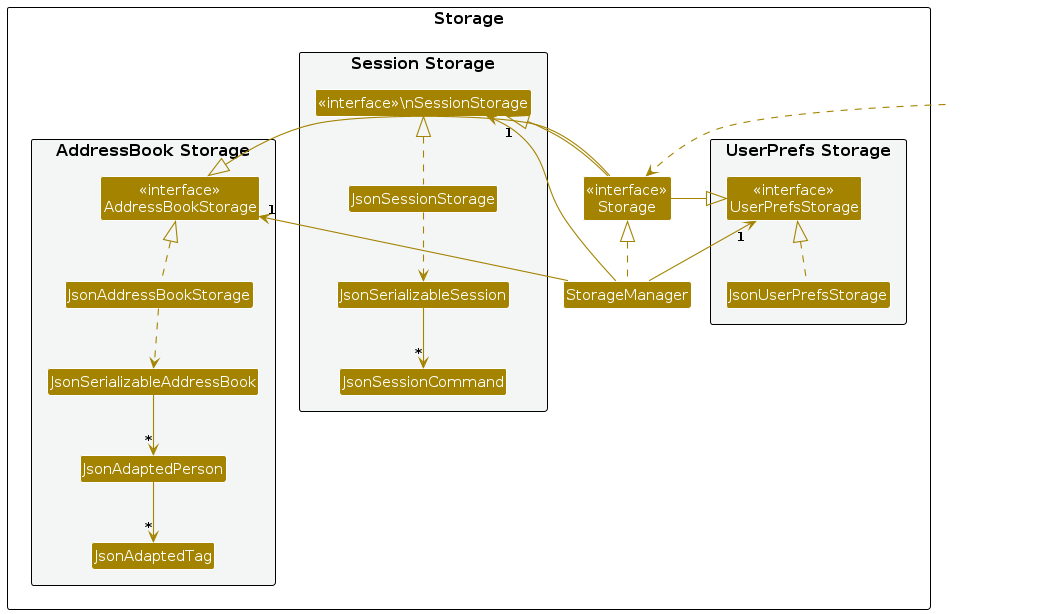
This is diagrams/StorageClassDiagram.png from AY2526S1-CS2103T-T13-2/tp, a PlantUML export, as it was before one commit. Its source is kept beside it as diagrams/StorageClassDiagram.puml. Its diagram source:
```plantuml
@startuml
!include style.puml
skinparam arrowThickness 1.1
skinparam arrowColor STORAGE_COLOR
skinparam classBackgroundColor STORAGE_COLOR

package Storage as StoragePackage {

package "UserPrefs Storage" #F4F6F6{
Class "<<interface>>\nUserPrefsStorage" as UserPrefsStorage
Class JsonUserPrefsStorage
}

Class "<<interface>>\nStorage" as Storage
Class StorageManager

package "Session Storage" #F4F6F6{
Class "<<interface>>\\nSessionStorage" as SessionStorage
Class JsonSessionStorage
Class JsonSerializableSession
Class JsonSessionCommand
}

package "AddressBook Storage" #F4F6F6{
Class "<<interface>>\nAddressBookStorage" as AddressBookStorage
Class JsonAddressBookStorage
Class JsonSerializableAddressBook
Class JsonAdaptedPerson
Class JsonAdaptedTag
}

}

Class HiddenOutside #FFFFFF
HiddenOutside ..> Storage

StorageManager .up.|> Storage
StorageManager -up-> "1" UserPrefsStorage
StorageManager -up-> "1" AddressBookStorage
StorageManager -up-> "1" SessionStorage

Storage -left-|> UserPrefsStorage
Storage -right-|> AddressBookStorage
Storage -up-|> SessionStorage

JsonUserPrefsStorage .up.|> UserPrefsStorage
JsonAddressBookStorage .up.|> AddressBookStorage
JsonAddressBookStorage ..> JsonSerializableAddressBook
JsonSerializableAddressBook --> "*" JsonAdaptedPerson
JsonAdaptedPerson --> "*" JsonAdaptedTag
JsonSessionStorage .up.|> SessionStorage
JsonSessionStorage ..> JsonSerializableSession
JsonSerializableSession --> "*" JsonSessionCommand

@enduml
```
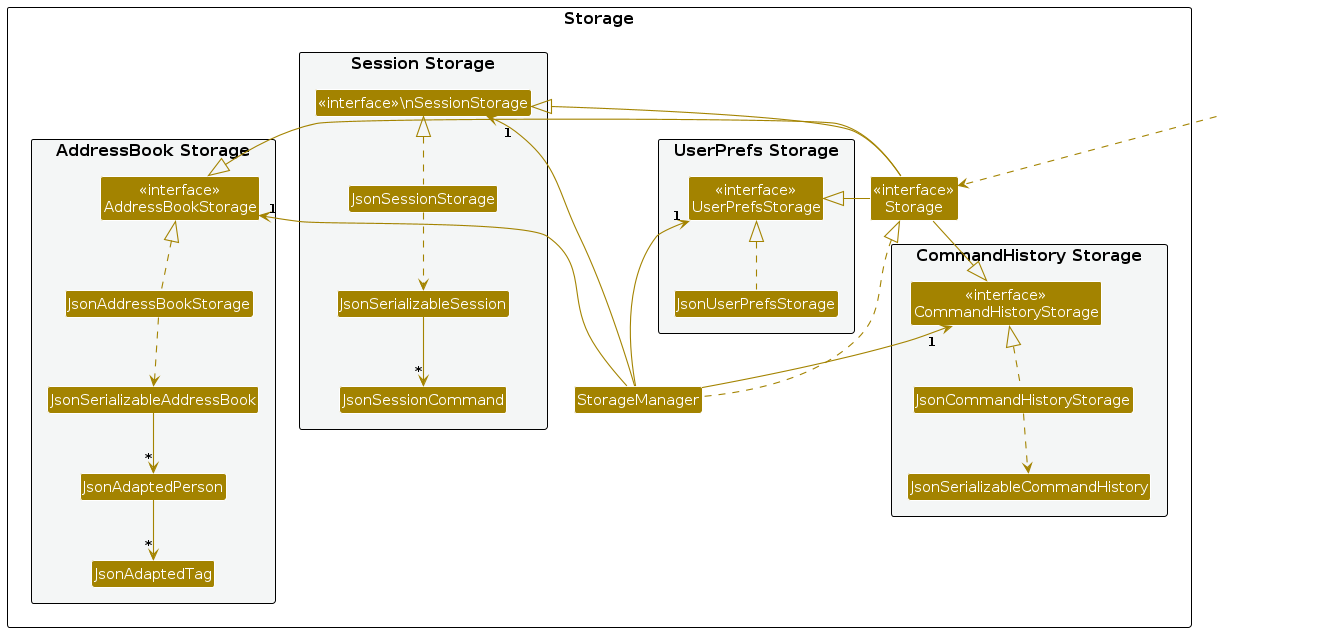
The same diagram one commit later.

The edit, as a diff of the source:
```diff
@@ -9,6 +9,12 @@
 package "UserPrefs Storage" #F4F6F6{
 Class "<<interface>>\nUserPrefsStorage" as UserPrefsStorage
 Class JsonUserPrefsStorage
+}
+
+package "CommandHistory Storage" #F4F6F6{
+Class "<<interface>>\nCommandHistoryStorage" as CommandHistoryStorage
+Class JsonCommandHistoryStorage
+Class JsonSerializableCommandHistory
 }
 
 Class "<<interface>>\nStorage" as Storage
@@ -38,10 +44,12 @@
 StorageManager -up-> "1" UserPrefsStorage
 StorageManager -up-> "1" AddressBookStorage
 StorageManager -up-> "1" SessionStorage
+StorageManager -up-> "1" CommandHistoryStorage
 
 Storage -left-|> UserPrefsStorage
 Storage -right-|> AddressBookStorage
 Storage -up-|> SessionStorage
+Storage -down-|> CommandHistoryStorage
 
 JsonUserPrefsStorage .up.|> UserPrefsStorage
 JsonAddressBookStorage .up.|> AddressBookStorage
@@ -51,5 +59,8 @@
 JsonSessionStorage .up.|> SessionStorage
 JsonSessionStorage ..> JsonSerializableSession
 JsonSerializableSession --> "*" JsonSessionCommand
+JsonCommandHistoryStorage .up.|> CommandHistoryStorage
+JsonCommandHistoryStorage ..> JsonSerializableCommandHistory
+
 
 @enduml
```
